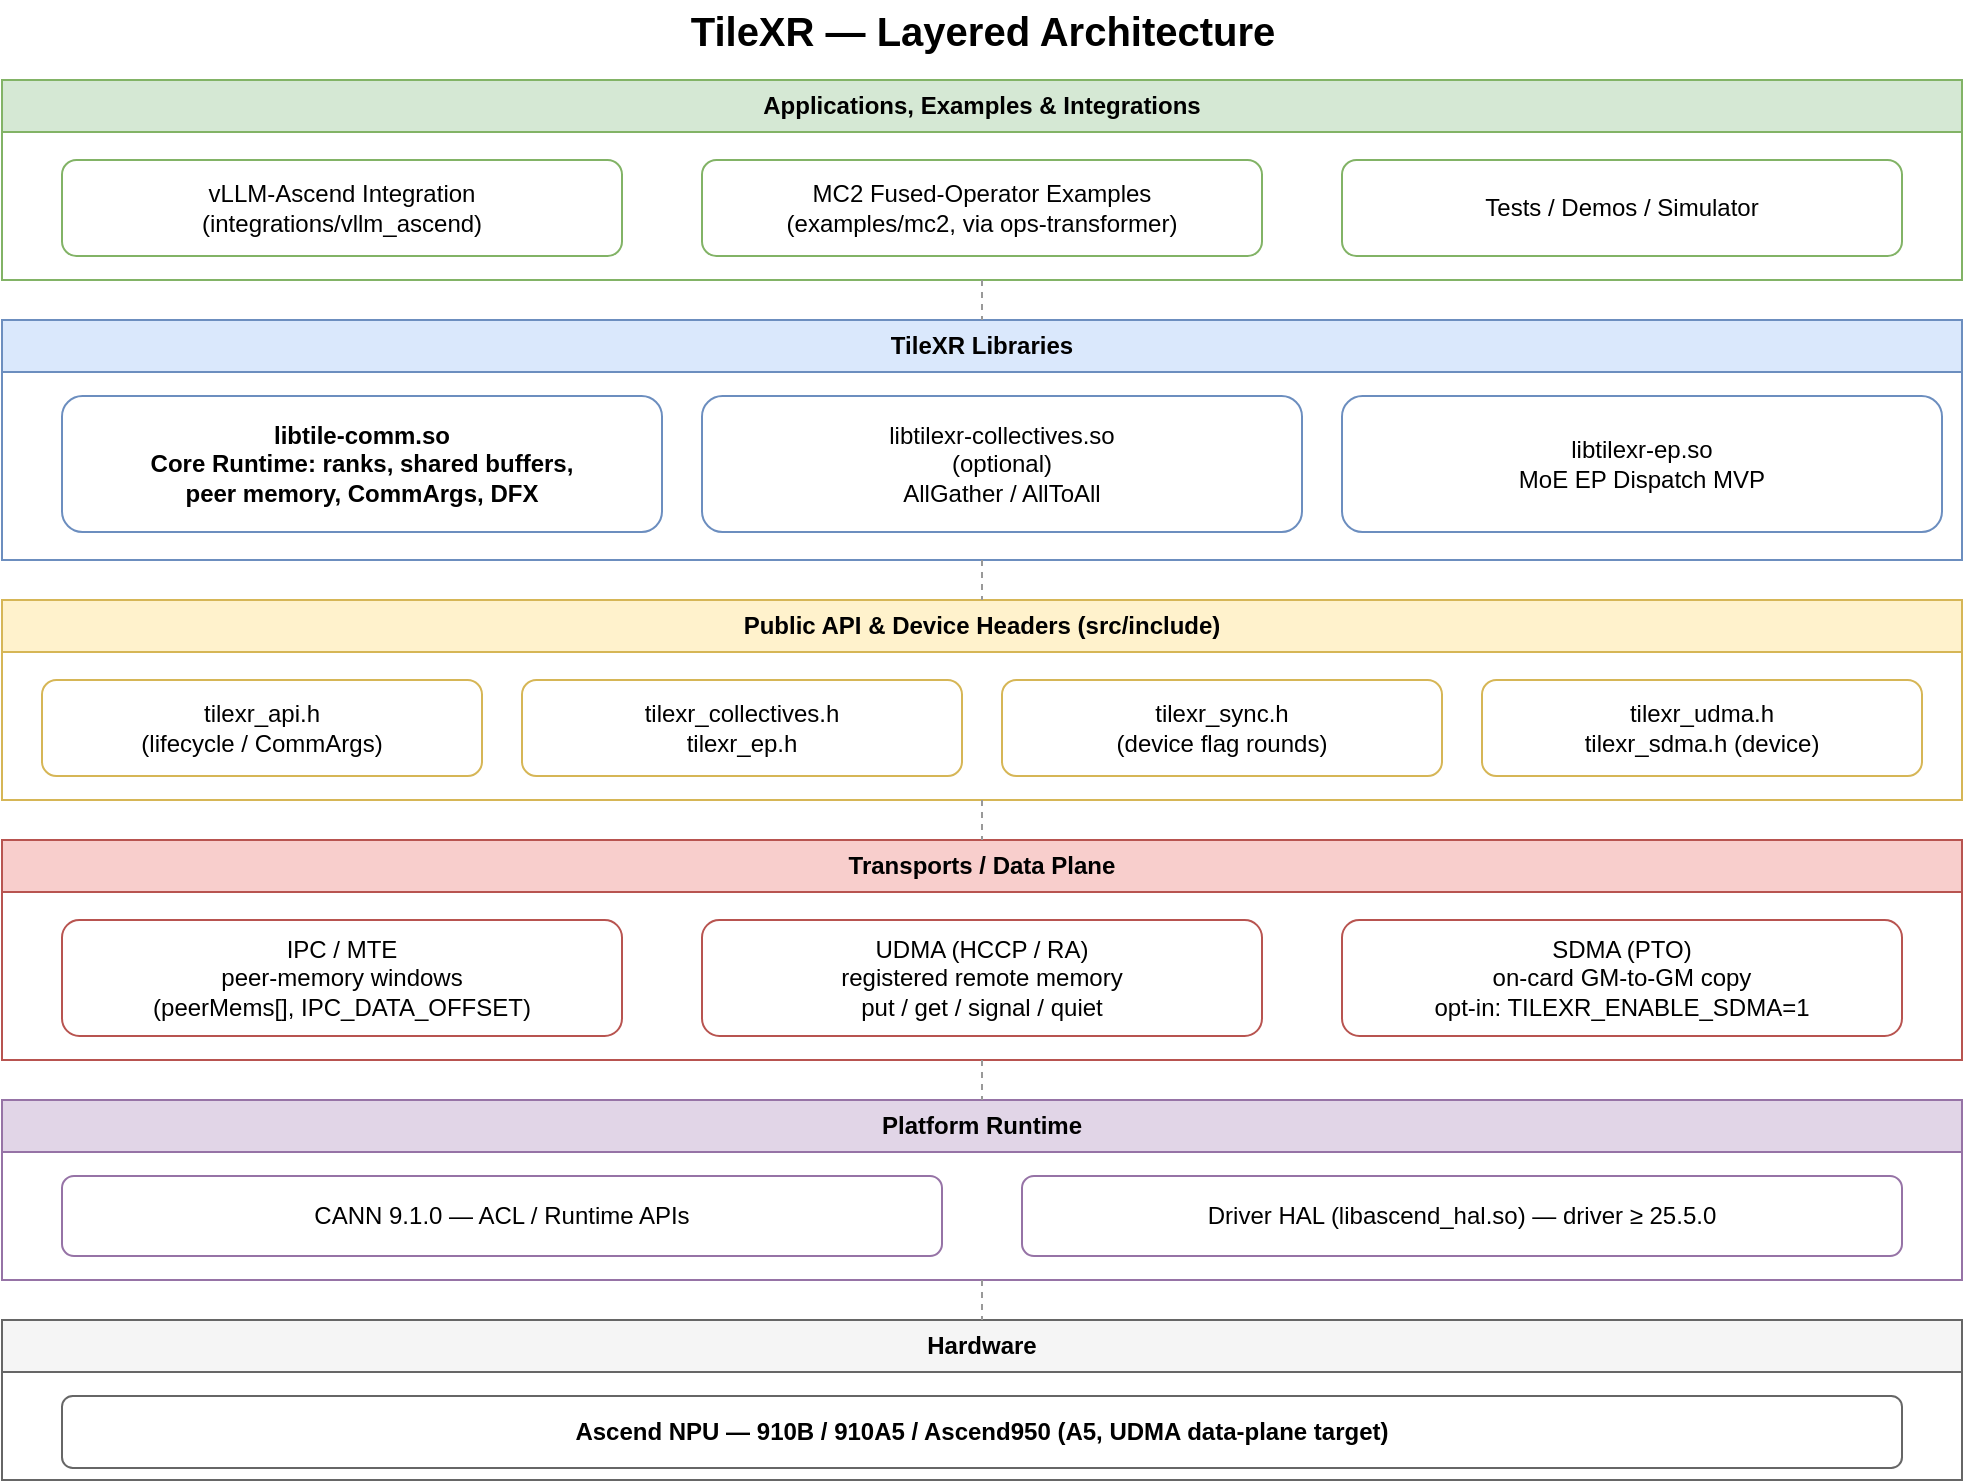
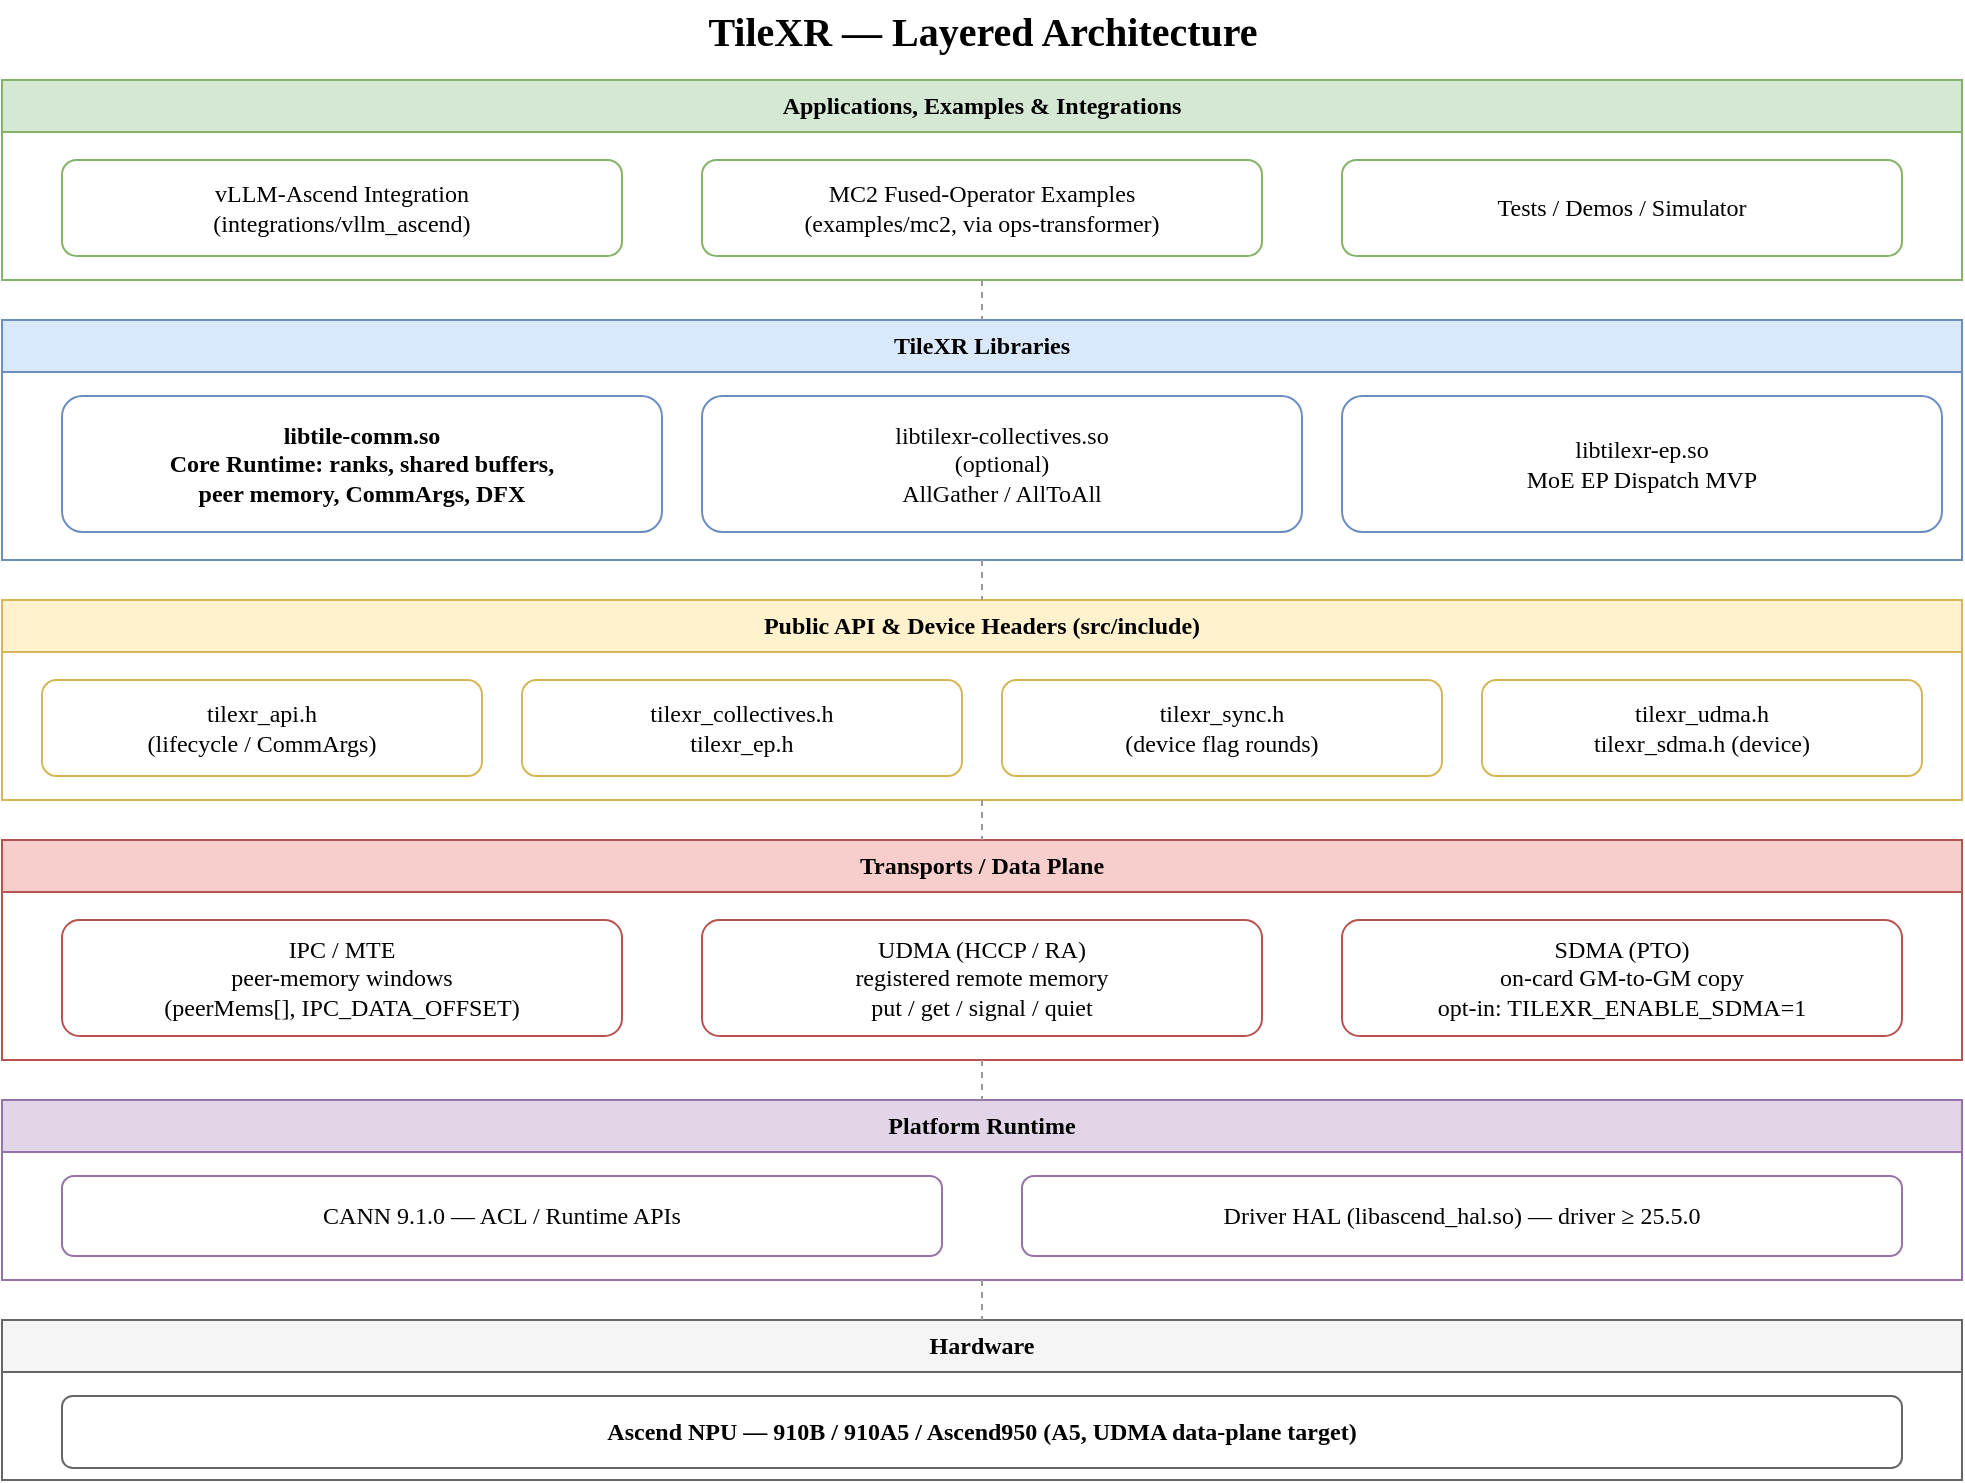
<mxGraphModel dx="1040" dy="800" grid="1" gridSize="10" guides="1" tooltips="1" connect="1" arrows="1" fold="1" page="1" pageScale="1" pageWidth="1100" pageHeight="850" math="0" shadow="0">
  <root>
    <mxCell id="0"/>
    <mxCell id="1" parent="0"/>

-     <mxCell id="title" value="TileXR — Layered Architecture" style="text;html=1;align=center;verticalAlign=middle;fontSize=20;fontStyle=1;" vertex="1" parent="1">
+     <mxCell id="title" value="TileXR — Layered Architecture" style="text;html=1;align=center;verticalAlign=middle;fontSize=20;fontStyle=1;fontFamily=Comic Sans MS;" vertex="1" parent="1">
      <mxGeometry x="40" y="10" width="980" height="30" as="geometry"/>
    </mxCell>

    <!-- Band 1: Applications and Examples -->
-     <mxCell id="b1" value="Applications, Examples &amp; Integrations" style="swimlane;startSize=26;fillColor=#d5e8d4;strokeColor=#82b366;fontStyle=1;whiteSpace=wrap;" vertex="1" parent="1">
+     <mxCell id="b1" value="Applications, Examples &amp; Integrations" style="swimlane;startSize=26;fillColor=#d5e8d4;strokeColor=#82b366;fontStyle=1;whiteSpace=wrap;fontFamily=Comic Sans MS;" vertex="1" parent="1">
      <mxGeometry x="40" y="50" width="980" height="100" as="geometry"/>
    </mxCell>
-     <mxCell id="b1a" value="vLLM-Ascend Integration&#10;(integrations/vllm_ascend)" style="rounded=1;whiteSpace=wrap;fillColor=#ffffff;strokeColor=#82b366;" vertex="1" parent="b1">
+     <mxCell id="b1a" value="vLLM-Ascend Integration&#10;(integrations/vllm_ascend)" style="rounded=1;whiteSpace=wrap;fillColor=#ffffff;strokeColor=#82b366;fontFamily=Comic Sans MS;" vertex="1" parent="b1">
      <mxGeometry x="30" y="40" width="280" height="48" as="geometry"/>
    </mxCell>
-     <mxCell id="b1b" value="MC2 Fused-Operator Examples&#10;(examples/mc2, via ops-transformer)" style="rounded=1;whiteSpace=wrap;fillColor=#ffffff;strokeColor=#82b366;" vertex="1" parent="b1">
+     <mxCell id="b1b" value="MC2 Fused-Operator Examples&#10;(examples/mc2, via ops-transformer)" style="rounded=1;whiteSpace=wrap;fillColor=#ffffff;strokeColor=#82b366;fontFamily=Comic Sans MS;" vertex="1" parent="b1">
      <mxGeometry x="350" y="40" width="280" height="48" as="geometry"/>
    </mxCell>
-     <mxCell id="b1c" value="Tests / Demos / Simulator" style="rounded=1;whiteSpace=wrap;fillColor=#ffffff;strokeColor=#82b366;" vertex="1" parent="b1">
+     <mxCell id="b1c" value="Tests / Demos / Simulator" style="rounded=1;whiteSpace=wrap;fillColor=#ffffff;strokeColor=#82b366;fontFamily=Comic Sans MS;" vertex="1" parent="b1">
      <mxGeometry x="670" y="40" width="280" height="48" as="geometry"/>
    </mxCell>

    <!-- Band 2: Libraries -->
-     <mxCell id="b2" value="TileXR Libraries" style="swimlane;startSize=26;fillColor=#dae8fc;strokeColor=#6c8ebf;fontStyle=1;whiteSpace=wrap;" vertex="1" parent="1">
+     <mxCell id="b2" value="TileXR Libraries" style="swimlane;startSize=26;fillColor=#dae8fc;strokeColor=#6c8ebf;fontStyle=1;whiteSpace=wrap;fontFamily=Comic Sans MS;" vertex="1" parent="1">
      <mxGeometry x="40" y="170" width="980" height="120" as="geometry"/>
    </mxCell>
-     <mxCell id="b2a" value="libtile-comm.so&#10;Core Runtime: ranks, shared buffers,&#10;peer memory, CommArgs, DFX" style="rounded=1;whiteSpace=wrap;fillColor=#ffffff;strokeColor=#6c8ebf;fontStyle=1;" vertex="1" parent="b2">
+     <mxCell id="b2a" value="libtile-comm.so&#10;Core Runtime: ranks, shared buffers,&#10;peer memory, CommArgs, DFX" style="rounded=1;whiteSpace=wrap;fillColor=#ffffff;strokeColor=#6c8ebf;fontStyle=1;fontFamily=Comic Sans MS;" vertex="1" parent="b2">
      <mxGeometry x="30" y="38" width="300" height="68" as="geometry"/>
    </mxCell>
-     <mxCell id="b2b" value="libtilexr-collectives.so&#10;(optional)&#10;AllGather / AllToAll" style="rounded=1;whiteSpace=wrap;fillColor=#ffffff;strokeColor=#6c8ebf;" vertex="1" parent="b2">
+     <mxCell id="b2b" value="libtilexr-collectives.so&#10;(optional)&#10;AllGather / AllToAll" style="rounded=1;whiteSpace=wrap;fillColor=#ffffff;strokeColor=#6c8ebf;fontFamily=Comic Sans MS;" vertex="1" parent="b2">
      <mxGeometry x="350" y="38" width="300" height="68" as="geometry"/>
    </mxCell>
-     <mxCell id="b2c" value="libtilexr-ep.so&#10;MoE EP Dispatch MVP" style="rounded=1;whiteSpace=wrap;fillColor=#ffffff;strokeColor=#6c8ebf;" vertex="1" parent="b2">
+     <mxCell id="b2c" value="libtilexr-ep.so&#10;MoE EP Dispatch MVP" style="rounded=1;whiteSpace=wrap;fillColor=#ffffff;strokeColor=#6c8ebf;fontFamily=Comic Sans MS;" vertex="1" parent="b2">
      <mxGeometry x="670" y="38" width="300" height="68" as="geometry"/>
    </mxCell>

    <!-- Band 3: Public API + device headers -->
-     <mxCell id="b3" value="Public API &amp; Device Headers (src/include)" style="swimlane;startSize=26;fillColor=#fff2cc;strokeColor=#d6b656;fontStyle=1;whiteSpace=wrap;" vertex="1" parent="1">
+     <mxCell id="b3" value="Public API &amp; Device Headers (src/include)" style="swimlane;startSize=26;fillColor=#fff2cc;strokeColor=#d6b656;fontStyle=1;whiteSpace=wrap;fontFamily=Comic Sans MS;" vertex="1" parent="1">
      <mxGeometry x="40" y="310" width="980" height="100" as="geometry"/>
    </mxCell>
-     <mxCell id="b3a" value="tilexr_api.h&#10;(lifecycle / CommArgs)" style="rounded=1;whiteSpace=wrap;fillColor=#ffffff;strokeColor=#d6b656;" vertex="1" parent="b3">
+     <mxCell id="b3a" value="tilexr_api.h&#10;(lifecycle / CommArgs)" style="rounded=1;whiteSpace=wrap;fillColor=#ffffff;strokeColor=#d6b656;fontFamily=Comic Sans MS;" vertex="1" parent="b3">
      <mxGeometry x="20" y="40" width="220" height="48" as="geometry"/>
    </mxCell>
-     <mxCell id="b3b" value="tilexr_collectives.h&#10;tilexr_ep.h" style="rounded=1;whiteSpace=wrap;fillColor=#ffffff;strokeColor=#d6b656;" vertex="1" parent="b3">
+     <mxCell id="b3b" value="tilexr_collectives.h&#10;tilexr_ep.h" style="rounded=1;whiteSpace=wrap;fillColor=#ffffff;strokeColor=#d6b656;fontFamily=Comic Sans MS;" vertex="1" parent="b3">
      <mxGeometry x="260" y="40" width="220" height="48" as="geometry"/>
    </mxCell>
-     <mxCell id="b3c" value="tilexr_sync.h&#10;(device flag rounds)" style="rounded=1;whiteSpace=wrap;fillColor=#ffffff;strokeColor=#d6b656;" vertex="1" parent="b3">
+     <mxCell id="b3c" value="tilexr_sync.h&#10;(device flag rounds)" style="rounded=1;whiteSpace=wrap;fillColor=#ffffff;strokeColor=#d6b656;fontFamily=Comic Sans MS;" vertex="1" parent="b3">
      <mxGeometry x="500" y="40" width="220" height="48" as="geometry"/>
    </mxCell>
-     <mxCell id="b3d" value="tilexr_udma.h&#10;tilexr_sdma.h (device)" style="rounded=1;whiteSpace=wrap;fillColor=#ffffff;strokeColor=#d6b656;" vertex="1" parent="b3">
+     <mxCell id="b3d" value="tilexr_udma.h&#10;tilexr_sdma.h (device)" style="rounded=1;whiteSpace=wrap;fillColor=#ffffff;strokeColor=#d6b656;fontFamily=Comic Sans MS;" vertex="1" parent="b3">
      <mxGeometry x="740" y="40" width="220" height="48" as="geometry"/>
    </mxCell>

    <!-- Band 4: Transports -->
-     <mxCell id="b4" value="Transports / Data Plane" style="swimlane;startSize=26;fillColor=#f8cecc;strokeColor=#b85450;fontStyle=1;whiteSpace=wrap;" vertex="1" parent="1">
+     <mxCell id="b4" value="Transports / Data Plane" style="swimlane;startSize=26;fillColor=#f8cecc;strokeColor=#b85450;fontStyle=1;whiteSpace=wrap;fontFamily=Comic Sans MS;" vertex="1" parent="1">
      <mxGeometry x="40" y="430" width="980" height="110" as="geometry"/>
    </mxCell>
-     <mxCell id="b4a" value="IPC / MTE&#10;peer-memory windows&#10;(peerMems[], IPC_DATA_OFFSET)" style="rounded=1;whiteSpace=wrap;fillColor=#ffffff;strokeColor=#b85450;" vertex="1" parent="b4">
+     <mxCell id="b4a" value="IPC / MTE&#10;peer-memory windows&#10;(peerMems[], IPC_DATA_OFFSET)" style="rounded=1;whiteSpace=wrap;fillColor=#ffffff;strokeColor=#b85450;fontFamily=Comic Sans MS;" vertex="1" parent="b4">
      <mxGeometry x="30" y="40" width="280" height="58" as="geometry"/>
    </mxCell>
-     <mxCell id="b4b" value="UDMA (HCCP / RA)&#10;registered remote memory&#10;put / get / signal / quiet" style="rounded=1;whiteSpace=wrap;fillColor=#ffffff;strokeColor=#b85450;" vertex="1" parent="b4">
+     <mxCell id="b4b" value="UDMA (HCCP / RA)&#10;registered remote memory&#10;put / get / signal / quiet" style="rounded=1;whiteSpace=wrap;fillColor=#ffffff;strokeColor=#b85450;fontFamily=Comic Sans MS;" vertex="1" parent="b4">
      <mxGeometry x="350" y="40" width="280" height="58" as="geometry"/>
    </mxCell>
-     <mxCell id="b4c" value="SDMA (PTO)&#10;on-card GM-to-GM copy&#10;opt-in: TILEXR_ENABLE_SDMA=1" style="rounded=1;whiteSpace=wrap;fillColor=#ffffff;strokeColor=#b85450;" vertex="1" parent="b4">
+     <mxCell id="b4c" value="SDMA (PTO)&#10;on-card GM-to-GM copy&#10;opt-in: TILEXR_ENABLE_SDMA=1" style="rounded=1;whiteSpace=wrap;fillColor=#ffffff;strokeColor=#b85450;fontFamily=Comic Sans MS;" vertex="1" parent="b4">
      <mxGeometry x="670" y="40" width="280" height="58" as="geometry"/>
    </mxCell>

    <!-- Band 5: Platform -->
-     <mxCell id="b5" value="Platform Runtime" style="swimlane;startSize=26;fillColor=#e1d5e7;strokeColor=#9673a6;fontStyle=1;whiteSpace=wrap;" vertex="1" parent="1">
+     <mxCell id="b5" value="Platform Runtime" style="swimlane;startSize=26;fillColor=#e1d5e7;strokeColor=#9673a6;fontStyle=1;whiteSpace=wrap;fontFamily=Comic Sans MS;" vertex="1" parent="1">
      <mxGeometry x="40" y="560" width="980" height="90" as="geometry"/>
    </mxCell>
-     <mxCell id="b5a" value="CANN 9.1.0 — ACL / Runtime APIs" style="rounded=1;whiteSpace=wrap;fillColor=#ffffff;strokeColor=#9673a6;" vertex="1" parent="b5">
+     <mxCell id="b5a" value="CANN 9.1.0 — ACL / Runtime APIs" style="rounded=1;whiteSpace=wrap;fillColor=#ffffff;strokeColor=#9673a6;fontFamily=Comic Sans MS;" vertex="1" parent="b5">
      <mxGeometry x="30" y="38" width="440" height="40" as="geometry"/>
    </mxCell>
-     <mxCell id="b5b" value="Driver HAL (libascend_hal.so) — driver &#8805; 25.5.0" style="rounded=1;whiteSpace=wrap;fillColor=#ffffff;strokeColor=#9673a6;" vertex="1" parent="b5">
+     <mxCell id="b5b" value="Driver HAL (libascend_hal.so) — driver &#8805; 25.5.0" style="rounded=1;whiteSpace=wrap;fillColor=#ffffff;strokeColor=#9673a6;fontFamily=Comic Sans MS;" vertex="1" parent="b5">
      <mxGeometry x="510" y="38" width="440" height="40" as="geometry"/>
    </mxCell>

    <!-- Band 6: Hardware -->
-     <mxCell id="b6" value="Hardware" style="swimlane;startSize=26;fillColor=#f5f5f5;strokeColor=#666666;fontStyle=1;whiteSpace=wrap;" vertex="1" parent="1">
+     <mxCell id="b6" value="Hardware" style="swimlane;startSize=26;fillColor=#f5f5f5;strokeColor=#666666;fontStyle=1;whiteSpace=wrap;fontFamily=Comic Sans MS;" vertex="1" parent="1">
      <mxGeometry x="40" y="670" width="980" height="80" as="geometry"/>
    </mxCell>
-     <mxCell id="b6a" value="Ascend NPU  —  910B  /  910A5  /  Ascend950 (A5, UDMA data-plane target)" style="rounded=1;whiteSpace=wrap;fillColor=#ffffff;strokeColor=#666666;fontStyle=1;" vertex="1" parent="b6">
+     <mxCell id="b6a" value="Ascend NPU  —  910B  /  910A5  /  Ascend950 (A5, UDMA data-plane target)" style="rounded=1;whiteSpace=wrap;fillColor=#ffffff;strokeColor=#666666;fontStyle=1;fontFamily=Comic Sans MS;" vertex="1" parent="b6">
      <mxGeometry x="30" y="38" width="920" height="36" as="geometry"/>
    </mxCell>

    <!-- vertical connectors between bands -->
-     <mxCell id="e1" style="edgeStyle=orthogonalEdgeStyle;rounded=0;endArrow=none;strokeColor=#999999;dashed=1;" edge="1" parent="1" source="b1" target="b2">
+     <mxCell id="e1" style="edgeStyle=orthogonalEdgeStyle;rounded=0;endArrow=none;strokeColor=#999999;dashed=1;fontFamily=Comic Sans MS;" edge="1" parent="1" source="b1" target="b2">
      <mxGeometry relative="1" as="geometry"/>
    </mxCell>
-     <mxCell id="e2" style="edgeStyle=orthogonalEdgeStyle;rounded=0;endArrow=none;strokeColor=#999999;dashed=1;" edge="1" parent="1" source="b2" target="b3">
+     <mxCell id="e2" style="edgeStyle=orthogonalEdgeStyle;rounded=0;endArrow=none;strokeColor=#999999;dashed=1;fontFamily=Comic Sans MS;" edge="1" parent="1" source="b2" target="b3">
      <mxGeometry relative="1" as="geometry"/>
    </mxCell>
-     <mxCell id="e3" style="edgeStyle=orthogonalEdgeStyle;rounded=0;endArrow=none;strokeColor=#999999;dashed=1;" edge="1" parent="1" source="b3" target="b4">
+     <mxCell id="e3" style="edgeStyle=orthogonalEdgeStyle;rounded=0;endArrow=none;strokeColor=#999999;dashed=1;fontFamily=Comic Sans MS;" edge="1" parent="1" source="b3" target="b4">
      <mxGeometry relative="1" as="geometry"/>
    </mxCell>
-     <mxCell id="e4" style="edgeStyle=orthogonalEdgeStyle;rounded=0;endArrow=none;strokeColor=#999999;dashed=1;" edge="1" parent="1" source="b4" target="b5">
+     <mxCell id="e4" style="edgeStyle=orthogonalEdgeStyle;rounded=0;endArrow=none;strokeColor=#999999;dashed=1;fontFamily=Comic Sans MS;" edge="1" parent="1" source="b4" target="b5">
      <mxGeometry relative="1" as="geometry"/>
    </mxCell>
-     <mxCell id="e5" style="edgeStyle=orthogonalEdgeStyle;rounded=0;endArrow=none;strokeColor=#999999;dashed=1;" edge="1" parent="1" source="b5" target="b6">
+     <mxCell id="e5" style="edgeStyle=orthogonalEdgeStyle;rounded=0;endArrow=none;strokeColor=#999999;dashed=1;fontFamily=Comic Sans MS;" edge="1" parent="1" source="b5" target="b6">
      <mxGeometry relative="1" as="geometry"/>
    </mxCell>
  </root>
</mxGraphModel>
